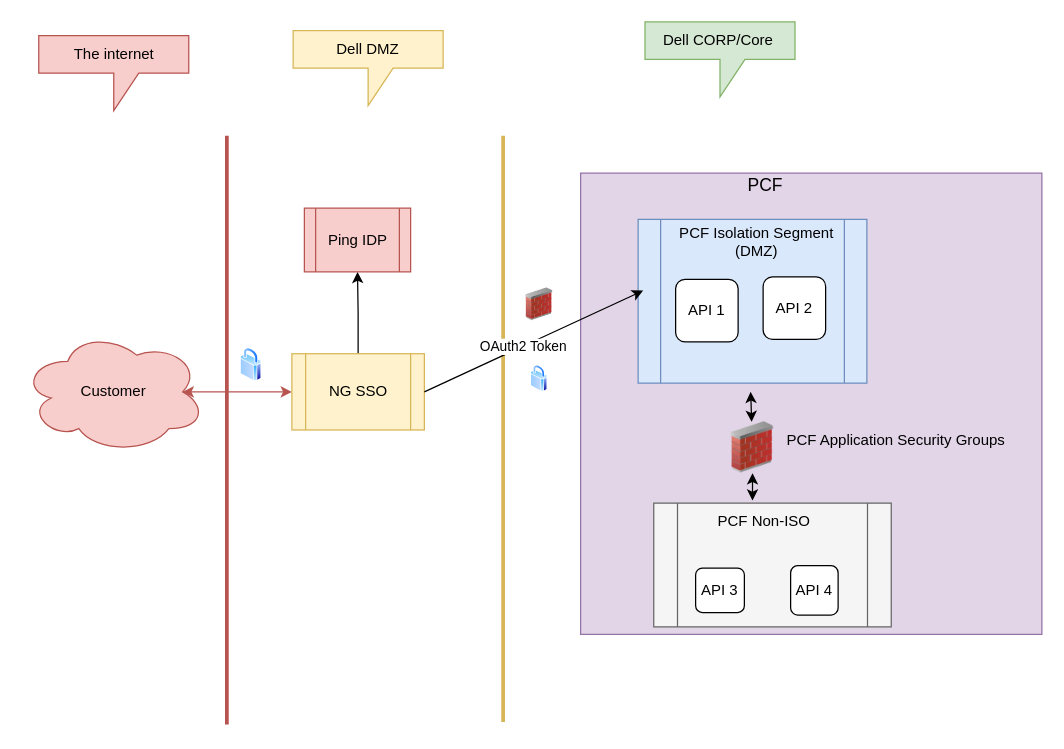
Above: NGSSO-PCF-EXT.drawio in rama78/app-config (draw.io), before the change. Source tidied: cells renumbered, new cells numbered last; positions are measured from the earlier drawing's top-left corner, leaving out a move shared by most shapes. Both pictures are drawn from the tidied source at 125%, with x=0, y=0 at pixel (21, 21).
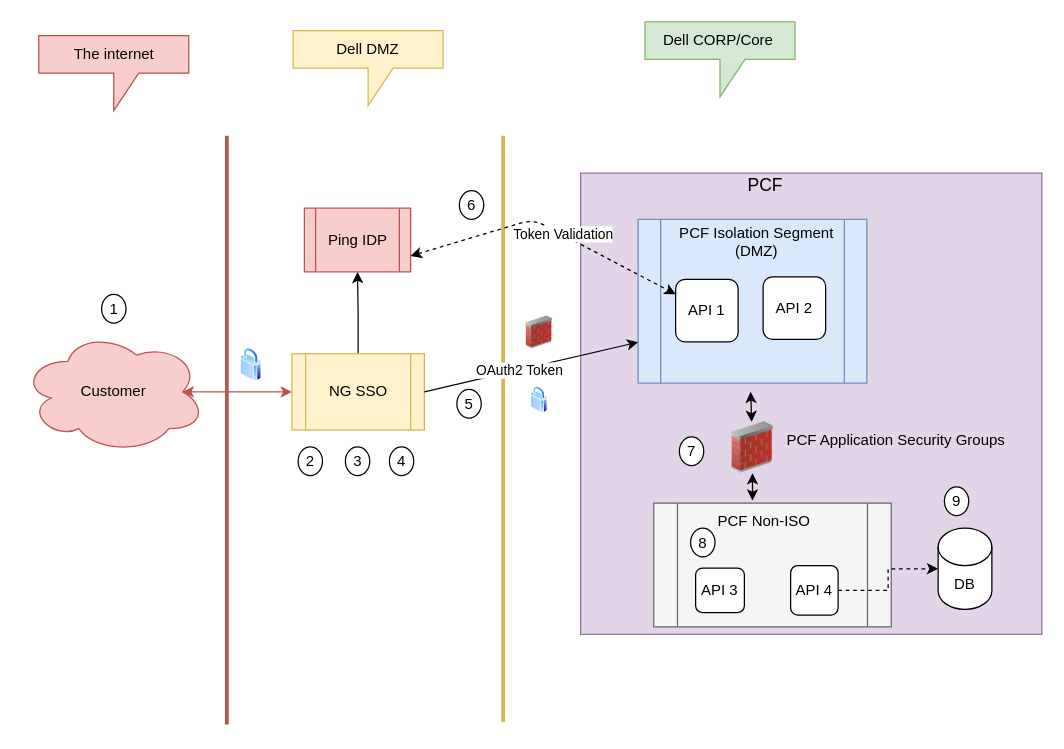
Above is the later version.

Commit message:
added sequence numbers

Unchanged cells that the change refers to:
```xml
<mxCell id="8" value="NG SSO" style="shape=process;whiteSpace=wrap;html=1;backgroundOutline=1;fillColor=#fff2cc;strokeColor=#d6b656;" parent="1" vertex="1">
  <mxGeometry x="216" y="265.5" width="106" height="61" as="geometry" />
</mxCell>
<mxCell id="17" value="API 4" style="rounded=1;whiteSpace=wrap;html=1;" parent="1" vertex="1">
  <mxGeometry x="615" y="435" width="38" height="39.5" as="geometry" />
</mxCell>
<mxCell id="22" style="shape=process;whiteSpace=wrap;html=1;backgroundOutline=1;fillColor=#dae8fc;strokeColor=#6c8ebf;" parent="21" vertex="1">
  <mxGeometry width="183" height="131" as="geometry" />
</mxCell>
<mxCell id="23" value="API 1" style="rounded=1;whiteSpace=wrap;html=1;" parent="21" vertex="1">
  <mxGeometry x="30" y="48" width="50" height="50" as="geometry" />
</mxCell>
<mxCell id="29" value="Ping IDP" style="shape=process;whiteSpace=wrap;html=1;backgroundOutline=1;fillColor=#f8cecc;strokeColor=#b85450;" parent="1" vertex="1">
  <mxGeometry x="226" y="149" width="85" height="51" as="geometry" />
</mxCell>
```

Diff of the diagram source:
```diff
@@
     <mxCell id="11" style="perimeter=ellipsePerimeter;html=1;align=center;shadow=0;dashed=0;spacingTop=3;image;image=img/lib/active_directory/secure.svg;" parent="1" vertex="1">
-      <mxGeometry x="407.3" y="275" width="13.4" height="21" as="geometry" />
+      <mxGeometry x="407.3" y="292" width="13.4" height="21" as="geometry" />
     </mxCell>
@@
+    <mxCell id="32" style="edgeStyle=orthogonalEdgeStyle;rounded=0;jettySize=auto;html=1;dashed=1;" parent="1" edge="1" source="17" target="43">
+      <mxGeometry relative="1" as="geometry" />
+    </mxCell>
@@
     <mxCell id="19" style="image;html=1;image=img/lib/clip_art/networking/Firewall_02_128x128.png;" parent="1" vertex="1">
-      <mxGeometry x="403" y="209" width="22" height="34" as="geometry" />
+      <mxGeometry x="403" y="231.5" width="22" height="34" as="geometry" />
     </mxCell>
@@
-    <mxCell id="30" style="endArrow=classic;html=1;entryX=0.022;entryY=0.435;entryDx=0;entryDy=0;entryPerimeter=0;exitX=1;exitY=0.5;exitDx=0;exitDy=0;" parent="1" edge="1" source="8" target="22">
+    <mxCell id="30" style="endArrow=classic;html=1;entryX=0;entryY=0.75;entryDx=0;entryDy=0;exitX=1;exitY=0.5;exitDx=0;exitDy=0;" parent="1" edge="1" source="8" target="22">
       <mxGeometry relative="1" as="geometry" />
     </mxCell>
@@
+    <mxCell id="33" style="endArrow=classic;startArrow=classic;html=1;exitX=1;exitY=0.75;exitDx=0;exitDy=0;dashed=1;" parent="1" edge="1" source="29" target="23">
+      <mxGeometry relative="1" as="geometry">
+        <Array as="points">
+          <mxPoint x="409" y="158" />
+        </Array>
+      </mxGeometry>
+    </mxCell>
+    <mxCell id="34" value="Token Validation" style="edgeLabel;html=1;align=center;verticalAlign=middle;" parent="33" vertex="1">
+      <mxGeometry x="0.11" y="1" relative="1" as="geometry" />
+    </mxCell>
+    <mxCell id="35" value="1" style="ellipse;whiteSpace=wrap;html=1;" parent="1" vertex="1">
+      <mxGeometry x="63.8" y="218" width="19.5" height="23" as="geometry" />
+    </mxCell>
+    <mxCell id="36" value="2" style="ellipse;whiteSpace=wrap;html=1;" parent="1" vertex="1">
+      <mxGeometry x="221" y="340" width="19.5" height="23" as="geometry" />
+    </mxCell>
+    <mxCell id="37" value="3" style="ellipse;whiteSpace=wrap;html=1;" parent="1" vertex="1">
+      <mxGeometry x="258.8" y="340" width="19.5" height="23" as="geometry" />
+    </mxCell>
+    <mxCell id="38" value="5" style="ellipse;whiteSpace=wrap;html=1;" parent="1" vertex="1">
+      <mxGeometry x="348" y="294" width="19.5" height="23" as="geometry" />
+    </mxCell>
+    <mxCell id="39" value="4" style="ellipse;whiteSpace=wrap;html=1;" parent="1" vertex="1">
+      <mxGeometry x="294" y="340" width="19.5" height="23" as="geometry" />
+    </mxCell>
+    <mxCell id="40" value="6" style="ellipse;whiteSpace=wrap;html=1;" parent="1" vertex="1">
+      <mxGeometry x="350" y="135" width="19.5" height="23" as="geometry" />
+    </mxCell>
+    <mxCell id="41" value="7" style="ellipse;whiteSpace=wrap;html=1;" parent="1" vertex="1">
+      <mxGeometry x="526" y="332" width="19.5" height="23" as="geometry" />
+    </mxCell>
+    <mxCell id="42" value="8" style="ellipse;whiteSpace=wrap;html=1;" parent="1" vertex="1">
+      <mxGeometry x="535" y="405" width="19.5" height="23" as="geometry" />
+    </mxCell>
+    <mxCell id="43" value="DB" style="shape=cylinder3;whiteSpace=wrap;html=1;boundedLbl=1;backgroundOutline=1;size=15;" parent="1" vertex="1">
+      <mxGeometry x="733" y="405" width="43" height="65" as="geometry" />
+    </mxCell>
+    <mxCell id="44" value="9" style="ellipse;whiteSpace=wrap;html=1;" parent="1" vertex="1">
+      <mxGeometry x="738" y="372" width="19.5" height="23" as="geometry" />
+    </mxCell>
```
